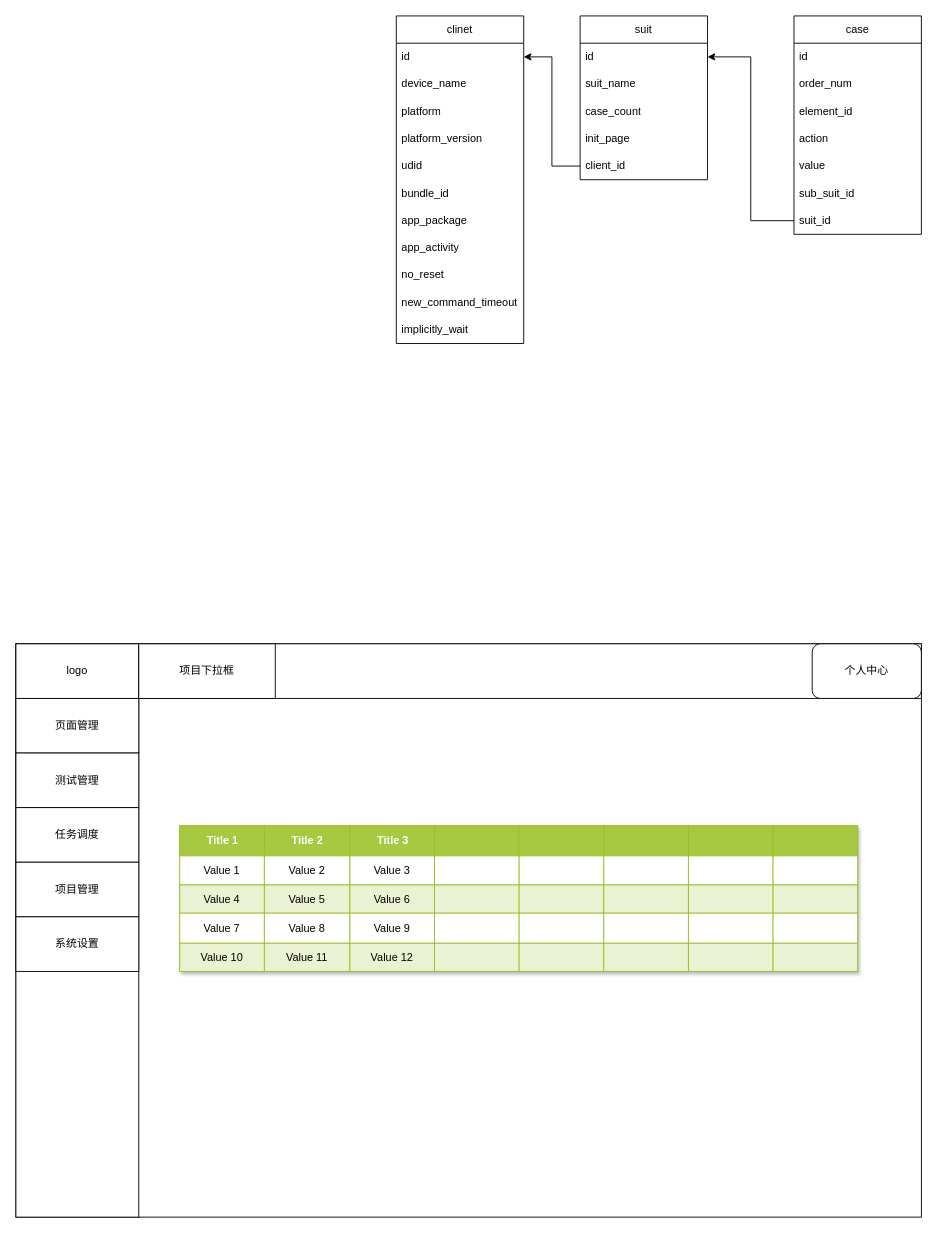
chengmo23/draw.io keeps this draw.io diagram as page "case" (2 of 2) of appium.drawio. Above is the earlier version. Source tidied: cells renumbered, new cells numbered last; positions are measured from the earlier drawing's top-left corner, leaving out a move shared by most shapes. Both pictures are drawn from the tidied source at 91%, with x=0, y=0 at pixel (15, 15).
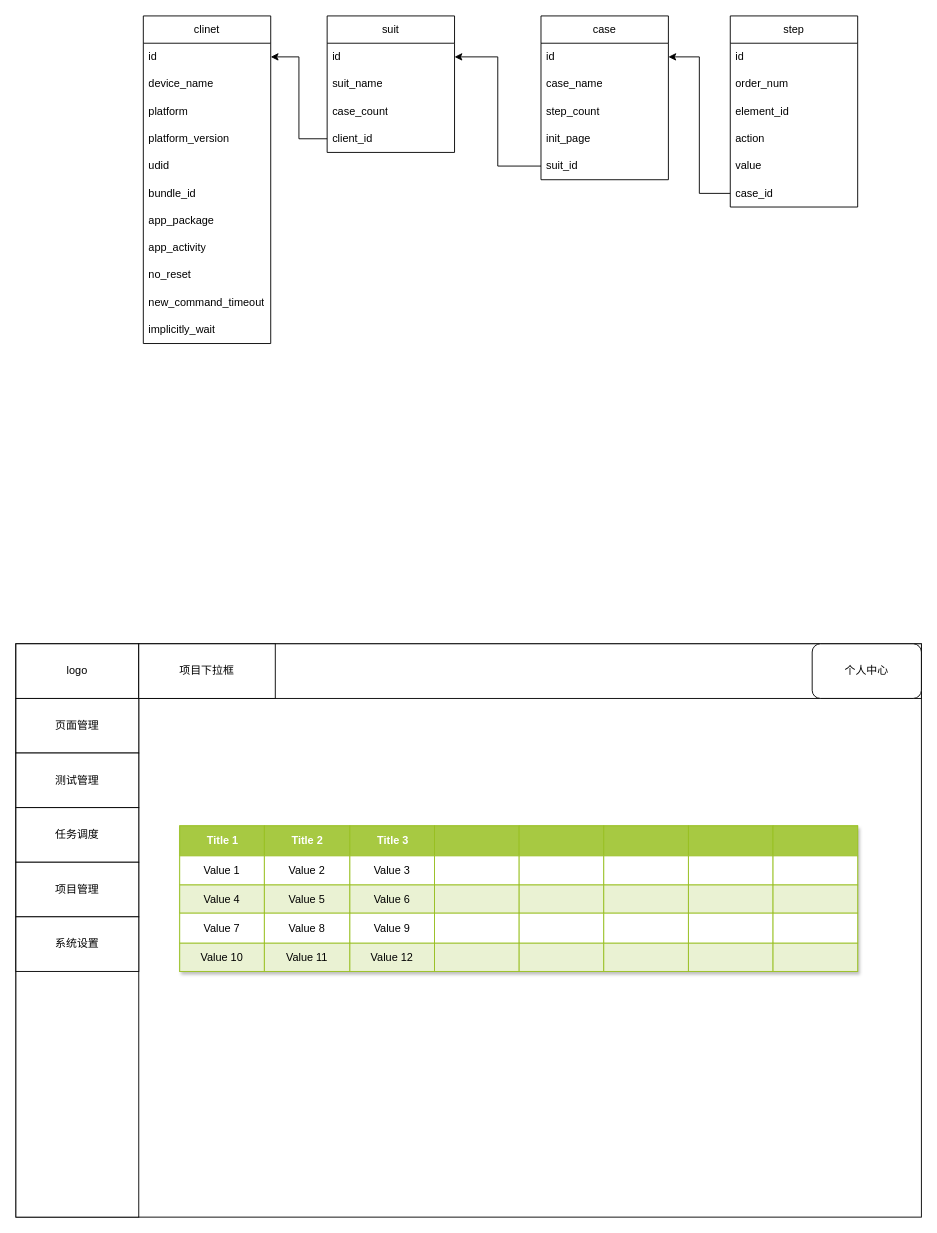
After the change.

The change refers to these unchanged cells:
```xml
<mxCell id="66" value="id" style="text;strokeColor=none;fillColor=none;align=left;verticalAlign=middle;spacingLeft=4;spacingRight=4;overflow=hidden;points=[[0,0.5],[1,0.5]];portConstraint=eastwest;whiteSpace=wrap;html=1;" parent="65" vertex="1">
  <mxGeometry y="30" width="140" height="30" as="geometry" />
</mxCell>
```

The edit, as a diff of the source:
```diff
@@
     <mxCell id="13" value="suit" style="swimlane;fontStyle=0;horizontal=1;startSize=30;whiteSpace=wrap;html=1;" parent="1" vertex="1">
-      <mxGeometry x="620" width="140" height="180" as="geometry" />
+      <mxGeometry x="342" width="140" height="150" as="geometry" />
     </mxCell>
@@
-    <mxCell id="17" value="init_page" style="text;strokeColor=none;fillColor=none;align=left;verticalAlign=middle;spacingLeft=4;spacingRight=4;overflow=hidden;whiteSpace=wrap;html=1;" parent="13" vertex="1">
-      <mxGeometry y="120" width="140" height="30" as="geometry" />
-    </mxCell>
     <mxCell id="18" value="client_id" style="text;strokeColor=none;fillColor=none;align=left;verticalAlign=middle;spacingLeft=4;spacingRight=4;overflow=hidden;points=[[0,0.5],[1,0.5]];portConstraint=eastwest;whiteSpace=wrap;html=1;" parent="13" vertex="1">
-      <mxGeometry y="150" width="140" height="30" as="geometry" />
+      <mxGeometry y="120" width="140" height="30" as="geometry" />
     </mxCell>
@@
     <mxCell id="65" value="case" style="swimlane;fontStyle=0;horizontal=1;startSize=30;whiteSpace=wrap;html=1;" parent="1" vertex="1">
-      <mxGeometry x="855" width="140" height="240" as="geometry" />
+      <mxGeometry x="577" width="140" height="180" as="geometry" />
     </mxCell>
@@
-    <mxCell id="67" value="order_num" style="text;strokeColor=none;fillColor=none;align=left;verticalAlign=middle;spacingLeft=4;spacingRight=4;overflow=hidden;whiteSpace=wrap;html=1;" parent="65" vertex="1">
-      <mxGeometry y="60" width="140" height="30" as="geometry" />
-    </mxCell>
-    <mxCell id="68" value="element_id" style="text;strokeColor=none;fillColor=none;align=left;verticalAlign=middle;spacingLeft=4;spacingRight=4;overflow=hidden;whiteSpace=wrap;html=1;" parent="65" vertex="1">
-      <mxGeometry y="90" width="140" height="30" as="geometry" />
-    </mxCell>
-    <mxCell id="69" value="action" style="text;strokeColor=none;fillColor=none;align=left;verticalAlign=middle;spacingLeft=4;spacingRight=4;overflow=hidden;whiteSpace=wrap;html=1;" parent="65" vertex="1">
-      <mxGeometry y="120" width="140" height="30" as="geometry" />
-    </mxCell>
-    <mxCell id="70" value="value" style="text;strokeColor=none;fillColor=none;align=left;verticalAlign=middle;spacingLeft=4;spacingRight=4;overflow=hidden;whiteSpace=wrap;html=1;" parent="65" vertex="1">
-      <mxGeometry y="150" width="140" height="30" as="geometry" />
-    </mxCell>
-    <mxCell id="71" value="sub_suit_id" style="text;strokeColor=none;fillColor=none;align=left;verticalAlign=middle;spacingLeft=4;spacingRight=4;overflow=hidden;whiteSpace=wrap;html=1;" parent="65" vertex="1">
-      <mxGeometry y="180" width="140" height="30" as="geometry" />
-    </mxCell>
+    <mxCell id="87" value="case_name" style="text;strokeColor=none;fillColor=none;align=left;verticalAlign=middle;spacingLeft=4;spacingRight=4;overflow=hidden;whiteSpace=wrap;html=1;" parent="65" vertex="1">
+      <mxGeometry y="60" width="140" height="30" as="geometry" />
+    </mxCell>
+    <mxCell id="88" value="step_count" style="text;strokeColor=none;fillColor=none;align=left;verticalAlign=middle;spacingLeft=4;spacingRight=4;overflow=hidden;whiteSpace=wrap;html=1;" parent="65" vertex="1">
+      <mxGeometry y="90" width="140" height="30" as="geometry" />
+    </mxCell>
+    <mxCell id="17" value="init_page" style="text;strokeColor=none;fillColor=none;align=left;verticalAlign=middle;spacingLeft=4;spacingRight=4;overflow=hidden;whiteSpace=wrap;html=1;" parent="65" vertex="1">
+      <mxGeometry y="120" width="140" height="30" as="geometry" />
+    </mxCell>
     <mxCell id="72" value="suit_id" style="text;strokeColor=none;fillColor=none;align=left;verticalAlign=middle;spacingLeft=4;spacingRight=4;overflow=hidden;points=[[0,0.5],[1,0.5]];portConstraint=eastwest;whiteSpace=wrap;html=1;" parent="65" vertex="1">
-      <mxGeometry y="210" width="140" height="30" as="geometry" />
+      <mxGeometry y="150" width="140" height="30" as="geometry" />
     </mxCell>
@@
     <mxCell id="74" value="clinet" style="swimlane;fontStyle=0;horizontal=1;startSize=30;whiteSpace=wrap;html=1;" parent="1" vertex="1">
-      <mxGeometry x="418" width="140" height="360" as="geometry" />
+      <mxGeometry x="140" width="140" height="360" as="geometry" />
     </mxCell>
@@
+    <mxCell id="89" value="step" style="swimlane;fontStyle=0;horizontal=1;startSize=30;whiteSpace=wrap;html=1;" parent="1" vertex="1">
+      <mxGeometry x="785" width="140" height="210" as="geometry" />
+    </mxCell>
+    <mxCell id="90" value="id" style="text;strokeColor=none;fillColor=none;align=left;verticalAlign=middle;spacingLeft=4;spacingRight=4;overflow=hidden;whiteSpace=wrap;html=1;" parent="89" vertex="1">
+      <mxGeometry y="30" width="140" height="30" as="geometry" />
+    </mxCell>
+    <mxCell id="67" value="order_num" style="text;strokeColor=none;fillColor=none;align=left;verticalAlign=middle;spacingLeft=4;spacingRight=4;overflow=hidden;whiteSpace=wrap;html=1;" parent="89" vertex="1">
+      <mxGeometry y="60" width="140" height="30" as="geometry" />
+    </mxCell>
+    <mxCell id="68" value="element_id" style="text;strokeColor=none;fillColor=none;align=left;verticalAlign=middle;spacingLeft=4;spacingRight=4;overflow=hidden;whiteSpace=wrap;html=1;" parent="89" vertex="1">
+      <mxGeometry y="90" width="140" height="30" as="geometry" />
+    </mxCell>
+    <mxCell id="69" value="action" style="text;strokeColor=none;fillColor=none;align=left;verticalAlign=middle;spacingLeft=4;spacingRight=4;overflow=hidden;whiteSpace=wrap;html=1;" parent="89" vertex="1">
+      <mxGeometry y="120" width="140" height="30" as="geometry" />
+    </mxCell>
+    <mxCell id="70" value="value" style="text;strokeColor=none;fillColor=none;align=left;verticalAlign=middle;spacingLeft=4;spacingRight=4;overflow=hidden;whiteSpace=wrap;html=1;" parent="89" vertex="1">
+      <mxGeometry y="150" width="140" height="30" as="geometry" />
+    </mxCell>
+    <mxCell id="91" value="case_id" style="text;strokeColor=none;fillColor=none;align=left;verticalAlign=middle;spacingLeft=4;spacingRight=4;overflow=hidden;points=[[0,0.5],[1,0.5]];portConstraint=eastwest;whiteSpace=wrap;html=1;" parent="89" vertex="1">
+      <mxGeometry y="180" width="140" height="30" as="geometry" />
+    </mxCell>
+    <mxCell id="92" style="edgeStyle=orthogonalEdgeStyle;rounded=0;jettySize=auto;html=1;entryX=1;entryY=0.5;entryDx=0;entryDy=0;" parent="1" edge="1" source="91" target="66">
+      <mxGeometry relative="1" as="geometry" />
+    </mxCell>
```
